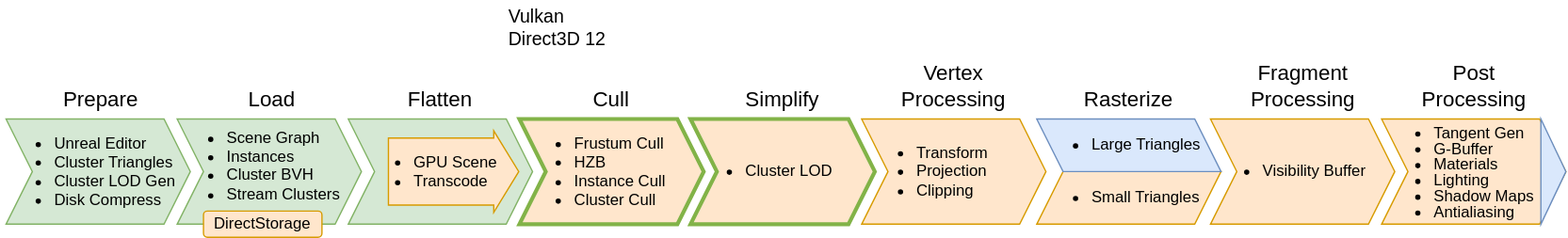
This is assets/images/nanite-graphics-pipeline.svg from TheCandidStartup/TheCandidStartup.github.io, a draw.io export, as it was before one commit. Source tidied: cells renumbered, new cells last; positions are measured from the earlier drawing's top-left corner, leaving out a move shared by most shapes.
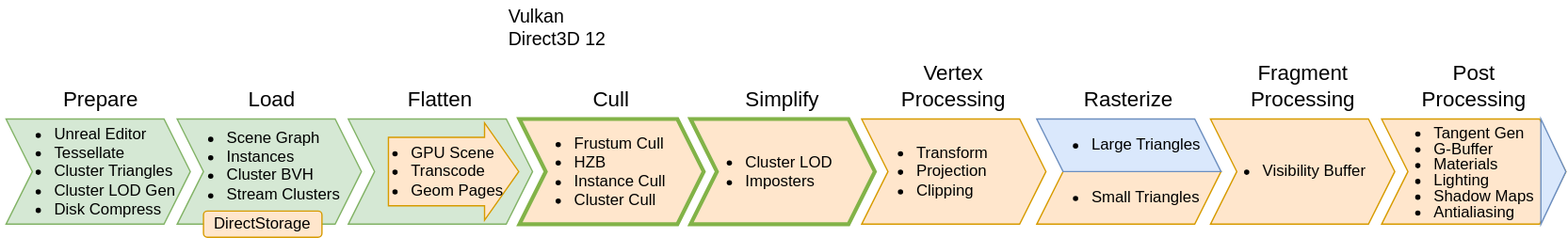
Above is the later version.

The edit, as a diff of the source:
```diff
@@ -2,7 +2,7 @@
   <root>
     <mxCell id="0" />
     <mxCell id="1" parent="0" />
-    <mxCell id="2" value="&lt;ul&gt;&lt;li&gt;Unreal Editor&lt;/li&gt;&lt;li&gt;Cluster Triangles&lt;/li&gt;&lt;li&gt;Cluster LOD Gen&lt;/li&gt;&lt;li&gt;Disk Compress&lt;/li&gt;&lt;/ul&gt;" style="shape=step;perimeter=stepPerimeter;whiteSpace=wrap;html=1;fixedSize=1;fillColor=#d5e8d4;strokeColor=#82b366;align=left;spacing=-3;" parent="1" vertex="1">
+    <mxCell id="2" value="&lt;ul&gt;&lt;li&gt;Unreal Editor&lt;/li&gt;&lt;li&gt;Tessellate&lt;/li&gt;&lt;li&gt;Cluster Triangles&lt;/li&gt;&lt;li&gt;Cluster LOD Gen&lt;/li&gt;&lt;li&gt;Disk Compress&lt;/li&gt;&lt;/ul&gt;" style="shape=step;perimeter=stepPerimeter;whiteSpace=wrap;html=1;fixedSize=1;fillColor=#d5e8d4;strokeColor=#82b366;align=left;spacing=-3;" parent="1" vertex="1">
       <mxGeometry y="90" width="140" height="80" as="geometry" />
     </mxCell>
     <mxCell id="3" value="&lt;ul&gt;&lt;li&gt;&lt;font style=&quot;font-size: 12px;&quot;&gt;Scene Graph&lt;/font&gt;&lt;/li&gt;&lt;li&gt;Instances&lt;/li&gt;&lt;li&gt;Cluster BVH&lt;/li&gt;&lt;li&gt;&lt;font style=&quot;font-size: 12px;&quot;&gt;Stream Clusters&lt;/font&gt;&lt;/li&gt;&lt;/ul&gt;&lt;div&gt;&lt;br&gt;&lt;/div&gt;" style="shape=step;perimeter=stepPerimeter;whiteSpace=wrap;html=1;fixedSize=1;fillColor=#d5e8d4;strokeColor=#82b366;align=left;spacing=0;spacingTop=5;spacingLeft=-2;" parent="1" vertex="1">
@@ -17,7 +17,7 @@
     <mxCell id="6" value="&lt;ul style=&quot;line-height: 100%;&quot;&gt;&lt;li&gt;Tangent Gen&lt;/li&gt;&lt;li&gt;G-Buffer&lt;/li&gt;&lt;li&gt;Materials&lt;/li&gt;&lt;li&gt;Lighting&lt;/li&gt;&lt;li&gt;Shadow Maps&lt;/li&gt;&lt;li&gt;Antialiasing&lt;/li&gt;&lt;/ul&gt;" style="shape=step;perimeter=stepPerimeter;whiteSpace=wrap;html=1;fixedSize=1;fillColor=#ffe6cc;strokeColor=#d79b00;align=left;spacing=0;spacingLeft=0;spacingRight=20;" parent="1" vertex="1">
       <mxGeometry x="1045" y="90" width="140" height="80" as="geometry" />
     </mxCell>
-    <mxCell id="7" value="&lt;ul&gt;&lt;li&gt;Cluster LOD&lt;/li&gt;&lt;/ul&gt;" style="shape=step;perimeter=stepPerimeter;whiteSpace=wrap;html=1;fixedSize=1;fillColor=#ffe6cc;strokeColor=#82b348;align=left;spacing=0;spacingLeft=2;strokeWidth=3;perimeterSpacing=0;" parent="1" vertex="1">
+    <mxCell id="7" value="&lt;ul&gt;&lt;li&gt;Cluster LOD&lt;/li&gt;&lt;li&gt;Imposters&lt;/li&gt;&lt;/ul&gt;" style="shape=step;perimeter=stepPerimeter;whiteSpace=wrap;html=1;fixedSize=1;fillColor=#ffe6cc;strokeColor=#82b348;align=left;spacing=0;spacingLeft=2;strokeWidth=3;perimeterSpacing=0;" parent="1" vertex="1">
       <mxGeometry x="520" y="90" width="140" height="80" as="geometry" />
     </mxCell>
     <mxCell id="8" value="&lt;font style=&quot;font-size: 16px;&quot;&gt;&amp;nbsp;&lt;font style=&quot;font-size: 16px;&quot;&gt;Prepare&lt;/font&gt;&lt;/font&gt;" style="text;html=1;strokeColor=none;fillColor=none;align=center;verticalAlign=middle;whiteSpace=wrap;rounded=0;" parent="1" vertex="1">
@@ -71,14 +71,14 @@
     <mxCell id="24" value="DirectStorage" style="rounded=1;whiteSpace=wrap;html=1;fontSize=12;fillColor=#ffe6cc;strokeColor=#d79b00;" parent="1" vertex="1">
       <mxGeometry x="150" y="160" width="90" height="20" as="geometry" />
     </mxCell>
-    <mxCell id="25" style="shape=flexArrow;endArrow=classic;html=1;rounded=0;fontSize=12;endWidth=10;endSize=6;width=51;fillColor=#ffe6cc;strokeColor=#d79b00;" parent="1" edge="1">
+    <mxCell id="25" style="shape=flexArrow;endArrow=classic;html=1;rounded=0;fontSize=12;endWidth=21;endSize=8.33;width=52;fillColor=#ffe6cc;strokeColor=#d79b00;" parent="1" edge="1">
       <mxGeometry relative="1" as="geometry">
         <mxPoint x="290" y="130" as="sourcePoint" />
         <mxPoint x="390" y="130" as="targetPoint" />
       </mxGeometry>
     </mxCell>
-    <mxCell id="26" value="&lt;ul&gt;&lt;li&gt;GPU Scene&lt;/li&gt;&lt;li&gt;Transcode&lt;/li&gt;&lt;/ul&gt;" style="text;html=1;strokeColor=none;fillColor=none;align=left;verticalAlign=middle;whiteSpace=wrap;rounded=0;fontSize=12;spacingLeft=-20;" parent="1" vertex="1">
-      <mxGeometry x="288" y="110" width="110" height="40" as="geometry" />
+    <mxCell id="26" value="&lt;ul&gt;&lt;li&gt;GPU Scene&lt;/li&gt;&lt;li&gt;Transcode&lt;/li&gt;&lt;li&gt;Geom Pages&lt;/li&gt;&lt;/ul&gt;" style="text;html=1;strokeColor=none;fillColor=none;align=left;verticalAlign=middle;whiteSpace=wrap;rounded=0;fontSize=12;spacingLeft=-24;" parent="1" vertex="1">
+      <mxGeometry x="290" y="110" width="110" height="40" as="geometry" />
     </mxCell>
   </root>
 </mxGraphModel>
```
